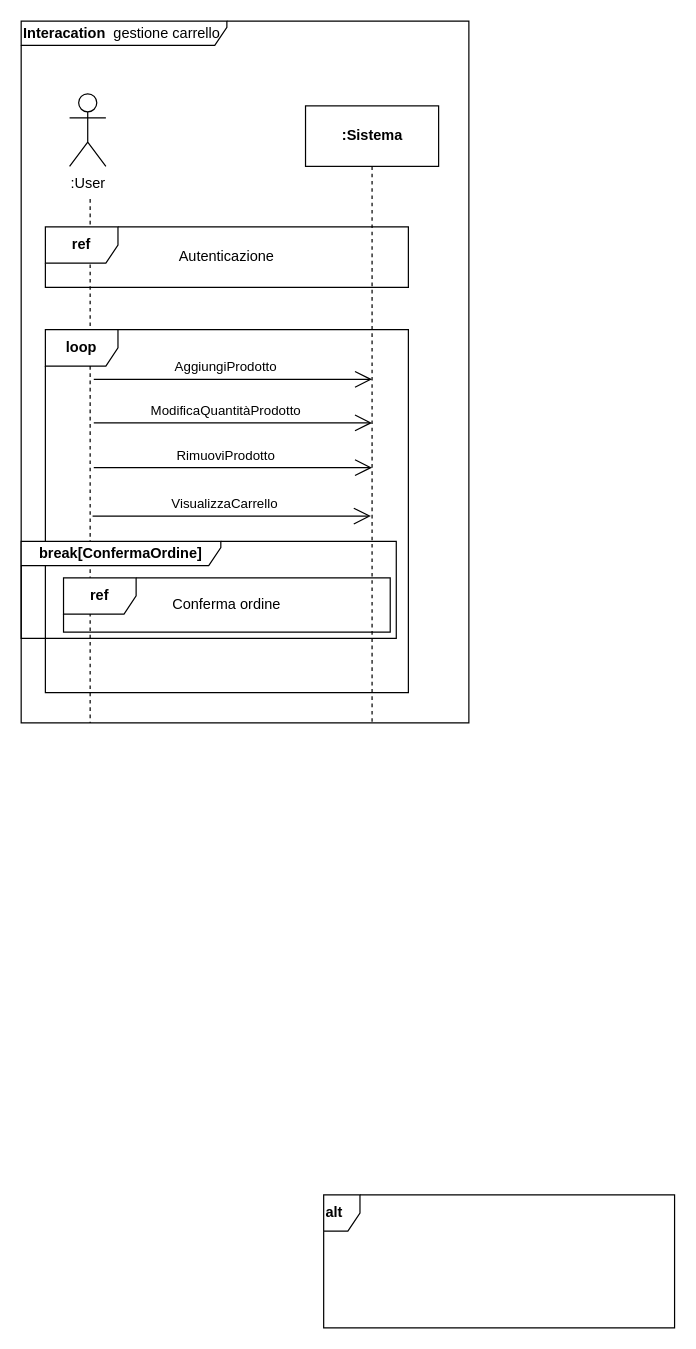
Earlier version of the draw.io diagram docs/SDGestioneCarrello.drawio (LorenzoMioso/ProgettoIngegneriaDelSoftware). Source tidied: cells renumbered, new cells numbered last; positions are measured from the earlier drawing's top-left corner, leaving out a move shared by most shapes. Both pictures are drawn from the tidied source at 121%, with x=0, y=0 at pixel (21, 21).
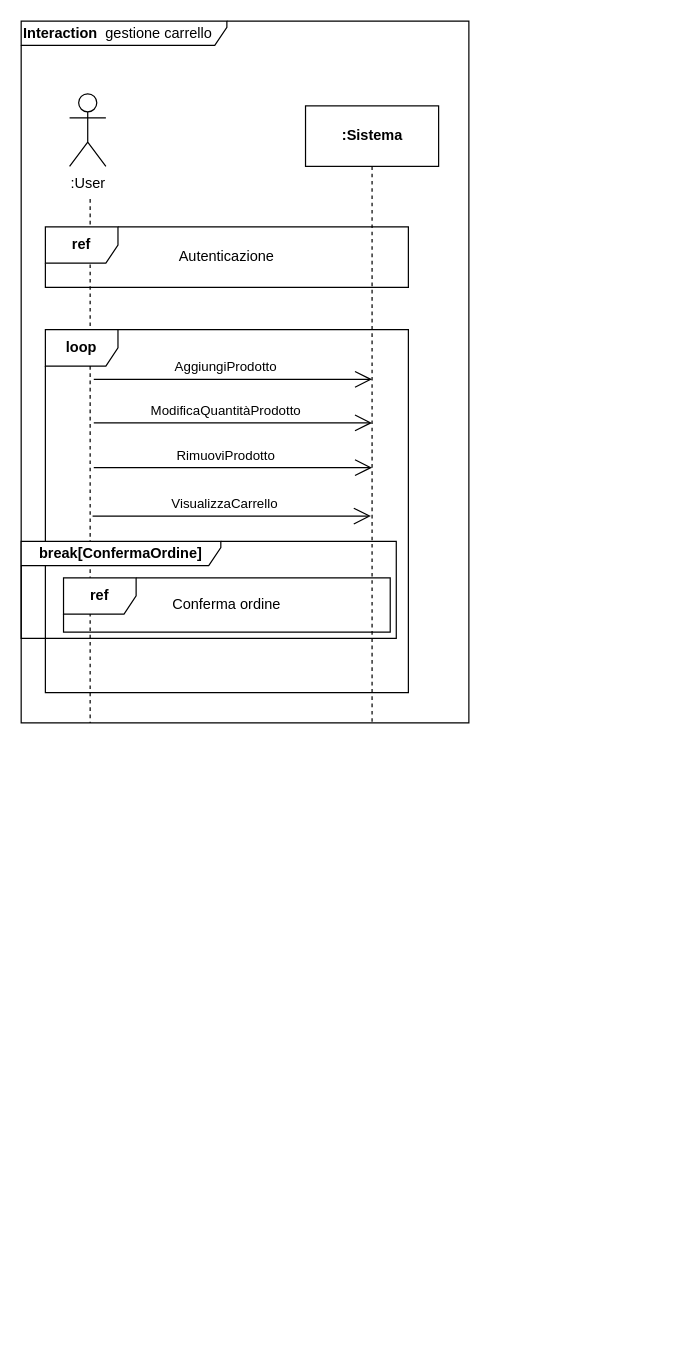
The same page after the edit.

Change to the diagram source:
```diff
@@
-    <mxCell id="3" value="&lt;b&gt;Interacation&amp;nbsp; &lt;/b&gt;gestione carrello" style="shape=umlFrame;whiteSpace=wrap;html=1;width=170;height=20;align=left;" parent="1" vertex="1">
+    <mxCell id="3" value="&lt;b&gt;Interaction&amp;nbsp; &lt;/b&gt;gestione carrello" style="shape=umlFrame;whiteSpace=wrap;html=1;width=170;height=20;align=left;" parent="1" vertex="1">
       <mxGeometry width="370" height="580" as="geometry" />
     </mxCell>
@@
-    <mxCell id="10" value="&lt;b&gt;alt&lt;/b&gt;" style="shape=umlFrame;whiteSpace=wrap;html=1;align=left;width=30;height=30;" parent="1" vertex="1">
-      <mxGeometry x="250" y="970" width="290" height="110" as="geometry" />
-    </mxCell>
```
